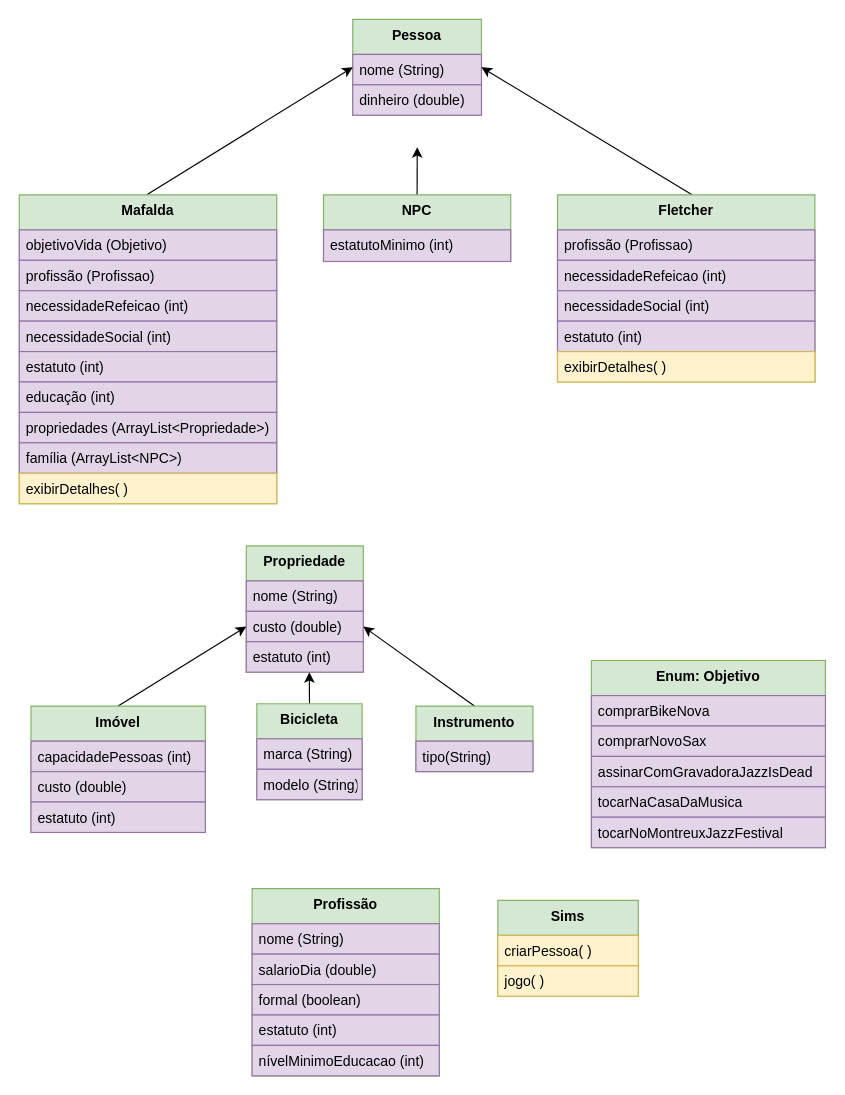
juanpereiracosta/GAME-HumanLifeSimulator-Mafalda keeps this draw.io diagram as GAME-Human-Life-Simulator-Whiplash.drawio. Above is the earlier version. Source tidied: cells renumbered, new cells numbered last; positions are measured from the earlier drawing's top-left corner, leaving out a move shared by most shapes. Both pictures are drawn from the tidied source at 117%, with x=0, y=0 at pixel (19, 19).
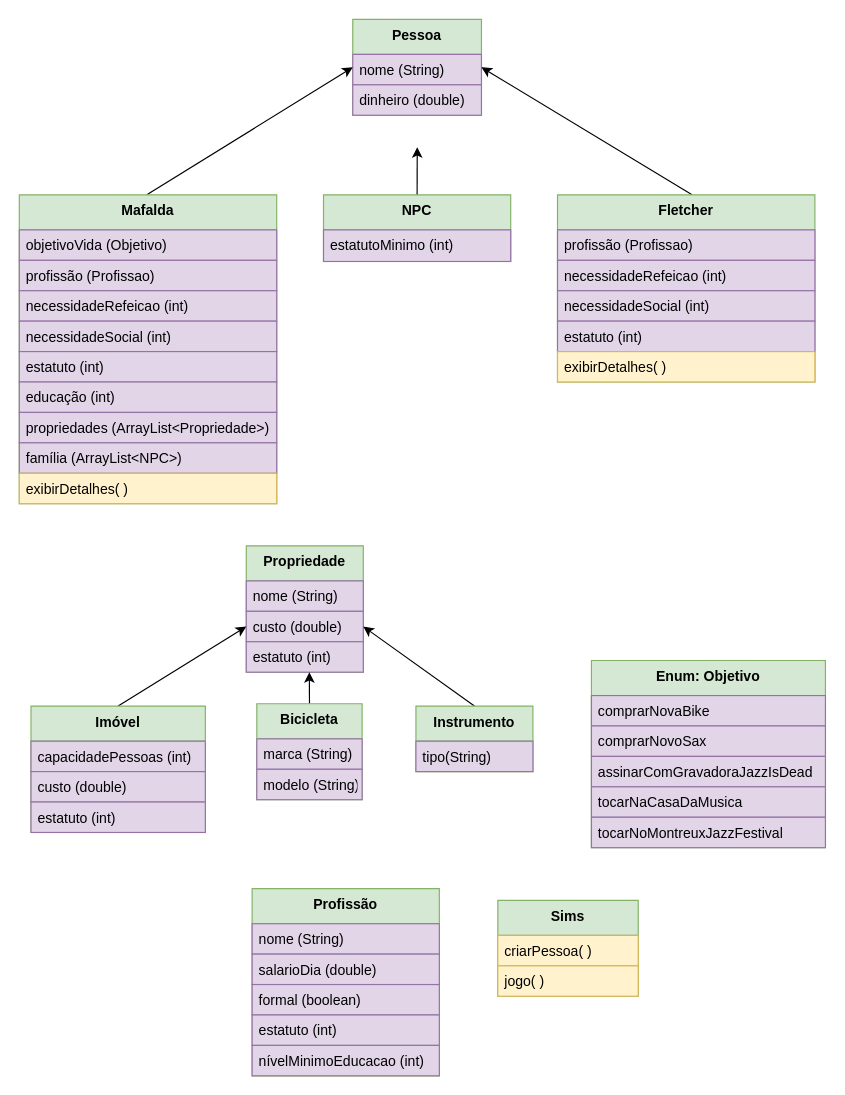
After the change.

The change refers to these unchanged cells:
```xml
<mxCell id="48" value="Enum: Objetivo" style="swimlane;fontStyle=1;align=center;verticalAlign=top;horizontal=1;startSize=30;fillColor=#d5e8d4;strokeColor=#82b366;" parent="1" vertex="1">
  <mxGeometry x="489" y="548" width="200" height="160" as="geometry" />
</mxCell>
```

Change to the diagram source:
```diff
@@
-    <mxCell id="49" value="comprarBikeNova" style="text;strokeColor=#9673a6;fillColor=#e1d5e7;align=left;verticalAlign=top;spacingLeft=4;spacingRight=4;overflow=hidden;" parent="48" vertex="1">
+    <mxCell id="49" value="comprarNovaBike" style="text;strokeColor=#9673a6;fillColor=#e1d5e7;align=left;verticalAlign=top;spacingLeft=4;spacingRight=4;overflow=hidden;" parent="48" vertex="1">
       <mxGeometry y="30" width="200" height="26" as="geometry" />
     </mxCell>
```
